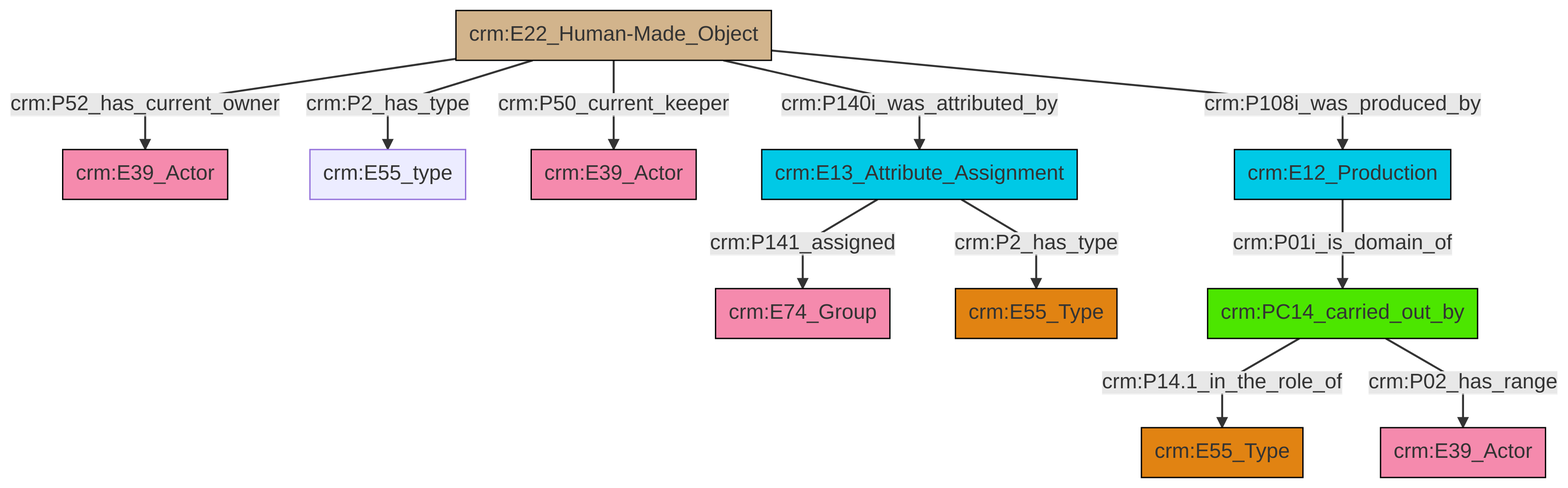
This is et/artworkCSV/ttl/mmd/png/Artwork_Actor_Relations.png from swiss-art-research-net/docs.swissartresearch, a Mermaid export, as it was before one commit. Its source is kept beside it as et/artworkCSV/ttl/mmd/Artwork_Actor_Relations.ttl.mmd.
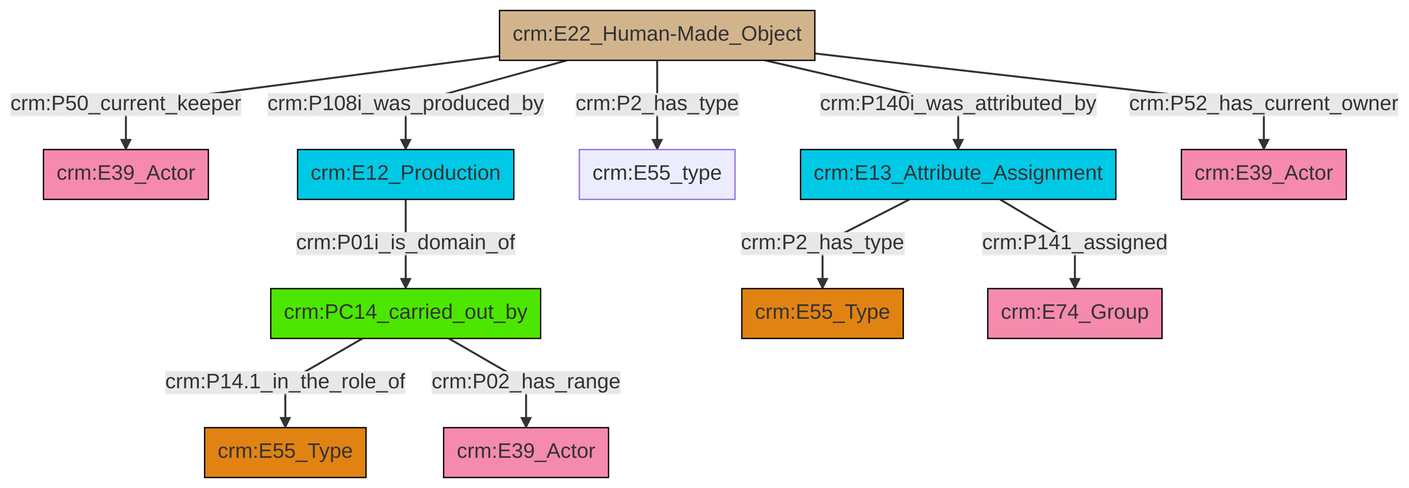
The same diagram one commit later.

Diff of the diagram source:
```diff
@@ -13,13 +13,13 @@
 classDef PC_Classes fill:#4ce600, stroke:#000000;
 classDef Multi fill:#cccccc,stroke:#000000;
 
-0["crm:E22_Human-Made_Object"]:::Physical_Thing -->|crm:P52_has_current_owner| 1["crm:E39_Actor"]:::Actor
-0["crm:E22_Human-Made_Object"]:::Physical_Thing -->|crm:P2_has_type| 6["crm:E55_type"]:::Default
-7["crm:PC14_carried_out_by"]:::PC_Classes -->|crm:P14.1_in_the_role_of| 2["crm:E55_Type"]:::Type
-8["crm:E12_Production"]:::Temporal_Entity -->|crm:P01i_is_domain_of| 7["crm:PC14_carried_out_by"]:::PC_Classes
-0["crm:E22_Human-Made_Object"]:::Physical_Thing -->|crm:P50_current_keeper| 9["crm:E39_Actor"]:::Actor
-10["crm:E13_Attribute_Assignment"]:::Temporal_Entity -->|crm:P141_assigned| 11["crm:E74_Group"]:::Actor
-7["crm:PC14_carried_out_by"]:::PC_Classes -->|crm:P02_has_range| 12["crm:E39_Actor"]:::Actor
-10["crm:E13_Attribute_Assignment"]:::Temporal_Entity -->|crm:P2_has_type| 4["crm:E55_Type"]:::Type
-0["crm:E22_Human-Made_Object"]:::Physical_Thing -->|crm:P140i_was_attributed_by| 10["crm:E13_Attribute_Assignment"]:::Temporal_Entity
-0["crm:E22_Human-Made_Object"]:::Physical_Thing -->|crm:P108i_was_produced_by| 8["crm:E12_Production"]:::Temporal_Entity
+4["crm:E22_Human-Made_Object"]:::Physical_Thing -->|crm:P50_current_keeper| 5["crm:E39_Actor"]:::Actor
+7["crm:PC14_carried_out_by"]:::PC_Classes -->|crm:P14.1_in_the_role_of| 8["crm:E55_Type"]:::Type
+2["crm:E12_Production"]:::Temporal_Entity -->|crm:P01i_is_domain_of| 7["crm:PC14_carried_out_by"]:::PC_Classes
+11["crm:E13_Attribute_Assignment"]:::Temporal_Entity -->|crm:P2_has_type| 0["crm:E55_Type"]:::Type
+4["crm:E22_Human-Made_Object"]:::Physical_Thing -->|crm:P108i_was_produced_by| 2["crm:E12_Production"]:::Temporal_Entity
+11["crm:E13_Attribute_Assignment"]:::Temporal_Entity -->|crm:P141_assigned| 13["crm:E74_Group"]:::Actor
+4["crm:E22_Human-Made_Object"]:::Physical_Thing -->|crm:P2_has_type| 18["crm:E55_type"]:::Default
+7["crm:PC14_carried_out_by"]:::PC_Classes -->|crm:P02_has_range| 15["crm:E39_Actor"]:::Actor
+4["crm:E22_Human-Made_Object"]:::Physical_Thing -->|crm:P140i_was_attributed_by| 11["crm:E13_Attribute_Assignment"]:::Temporal_Entity
+4["crm:E22_Human-Made_Object"]:::Physical_Thing -->|crm:P52_has_current_owner| 9["crm:E39_Actor"]:::Actor
```
